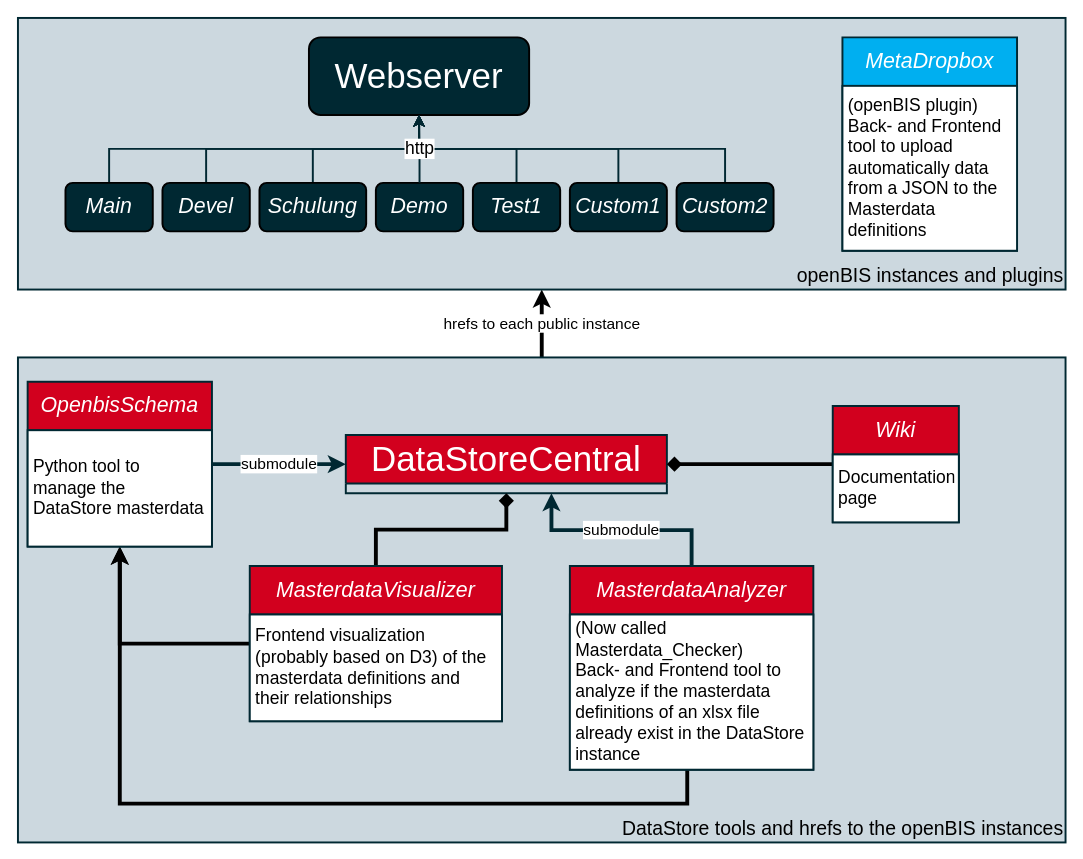
Before: BAMDataStore.drawio in JosePizarro3/drawio_diagrams, a draw.io diagram. Source tidied: cells renumbered, new cells numbered last; positions are measured from the earlier drawing's top-left corner, leaving out a move shared by most shapes. Both pictures are drawn from the tidied source at 97%, with x=0, y=0 at pixel (17, 17).
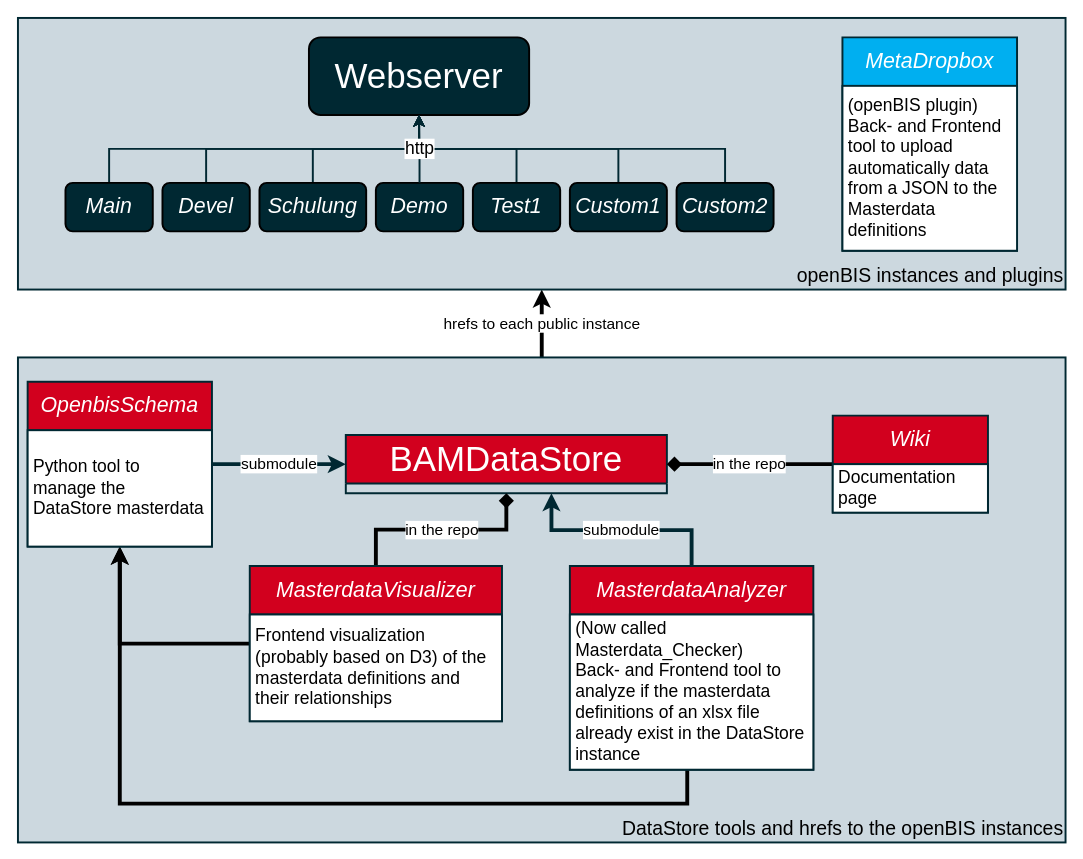
Above is the later version.

The change refers to these unchanged cells:
```xml
<mxCell id="27" value="MasterdataVisualizer" style="swimlane;fontStyle=2;horizontal=1;startSize=50;whiteSpace=wrap;html=1;fontFamily=Klavika;fillColor=#D2001E;strokeColor=#002832;strokeWidth=2;fontColor=#FFFFFF;fontSize=22;" parent="1" vertex="1">
  <mxGeometry x="239" y="565" width="260" height="160" as="geometry" />
</mxCell>
```

The edit, as a diff of the source:
```diff
@@
-    <mxCell id="22" value="DataStoreCentral" style="swimlane;fontStyle=0;horizontal=1;startSize=50;whiteSpace=wrap;html=1;fontFamily=Klavika;fillColor=#D2001E;strokeColor=#002832;strokeWidth=2;fontColor=#FFFFFF;fontSize=36;" parent="1" vertex="1" collapsed="1">
+    <mxCell id="22" value="BAMDataStore" style="swimlane;fontStyle=0;horizontal=1;startSize=50;whiteSpace=wrap;html=1;fontFamily=Klavika;fillColor=#D2001E;strokeColor=#002832;strokeWidth=2;fontColor=#FFFFFF;fontSize=36;" parent="1" vertex="1" collapsed="1">
       <mxGeometry x="338" y="430" width="331" height="60" as="geometry" />
     </mxCell>
@@
-    <mxCell id="25" style="edgeStyle=orthogonalEdgeStyle;rounded=0;jettySize=auto;html=1;strokeWidth=4;endArrow=diamond;endFill=1;" parent="1" edge="1" source="27" target="22">
+    <mxCell id="25" value="&lt;font face=&quot;Klavika&quot; style=&quot;font-size: 16px;&quot;&gt;in the repo&lt;/font&gt;" style="edgeStyle=orthogonalEdgeStyle;rounded=0;jettySize=auto;html=1;strokeWidth=4;endArrow=diamond;endFill=1;" parent="1" edge="1" source="27" target="22">
       <mxGeometry relative="1" as="geometry" />
     </mxCell>
@@
-    <mxCell id="34" style="edgeStyle=orthogonalEdgeStyle;rounded=0;jettySize=auto;html=1;strokeWidth=4;endArrow=diamond;endFill=1;" parent="1" edge="1" source="35" target="22">
+    <mxCell id="34" value="&lt;font face=&quot;Klavika&quot; style=&quot;font-size: 16px;&quot;&gt;in the repo&lt;/font&gt;" style="edgeStyle=orthogonalEdgeStyle;rounded=0;jettySize=auto;html=1;strokeWidth=4;endArrow=diamond;endFill=1;" parent="1" edge="1" source="35" target="22">
       <mxGeometry relative="1" as="geometry" />
     </mxCell>
     <mxCell id="35" value="Wiki" style="swimlane;fontStyle=2;horizontal=1;startSize=50;whiteSpace=wrap;html=1;fontFamily=Klavika;fillColor=#D2001E;strokeColor=#002832;strokeWidth=2;fontColor=#FFFFFF;fontSize=22;" parent="1" vertex="1">
-      <mxGeometry x="840" y="400" width="130" height="120" as="geometry" />
+      <mxGeometry x="840" y="410" width="160" height="100" as="geometry" />
     </mxCell>
     <mxCell id="36" value="Documentation page" style="text;strokeColor=#002832;fillColor=default;align=left;verticalAlign=middle;spacingLeft=4;spacingRight=4;overflow=hidden;whiteSpace=wrap;html=1;fontFamily=Klavika;fontSize=18;strokeWidth=2;" parent="35" vertex="1">
-      <mxGeometry y="50" width="130" height="70" as="geometry" />
+      <mxGeometry y="50" width="160" height="50" as="geometry" />
     </mxCell>
```
